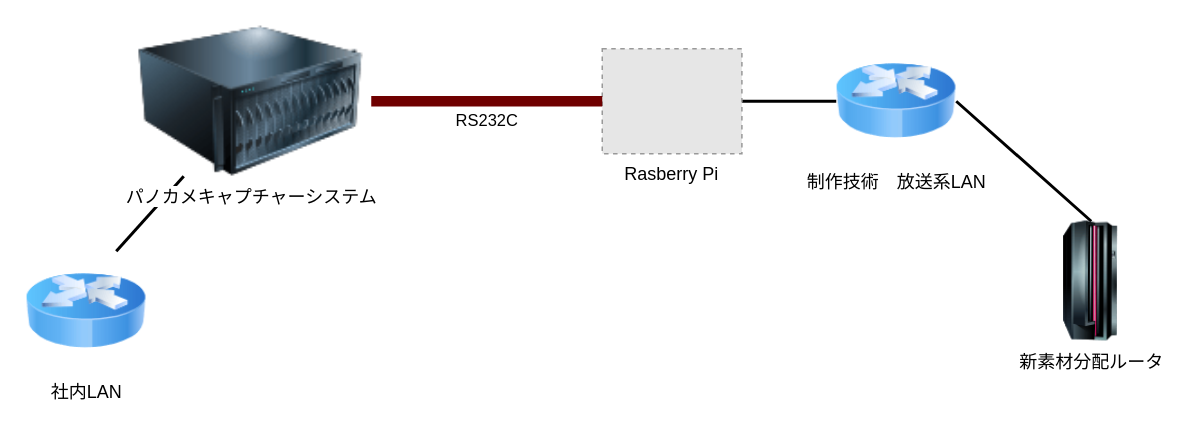
Earlier version of the draw.io diagram page "Rasberry Pi設置型" (1 of 2) of 全体図.dio (mooyax/router_selector). Source tidied: cells renumbered, new cells numbered last; positions are measured from the earlier drawing's top-left corner, leaving out a move shared by most shapes. Both pictures are drawn from the tidied source at 150%, with x=0, y=0 at pixel (26, 26). Pictures stored in the file or linked from it are replaced by grey dashed boxes.
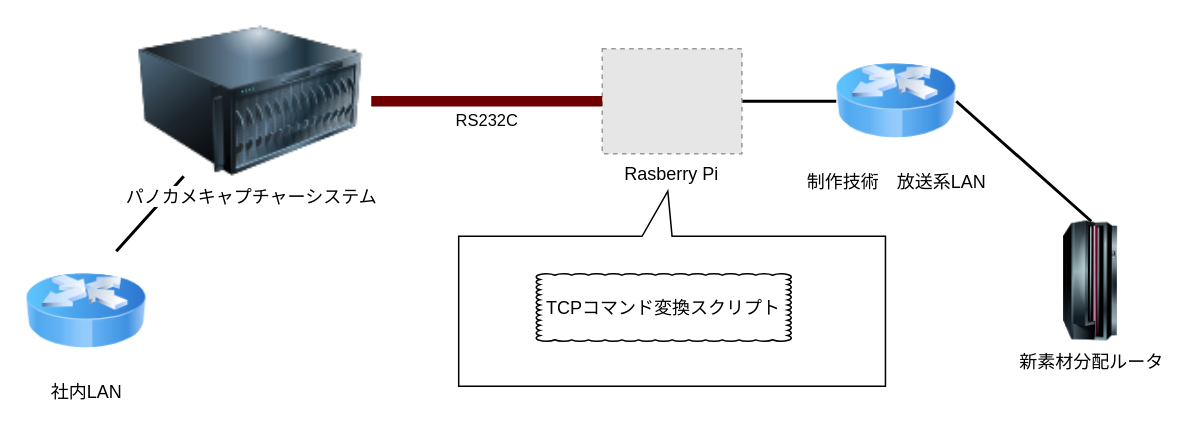
After the change.

What changed in the source:
```diff
@@
 <mxGraphModel>
   <root>
     <mxCell id="0" />
     <mxCell id="1" parent="0" />
     <mxCell id="2" style="edgeStyle=none;rounded=0;jettySize=auto;html=1;exitX=1;exitY=0.5;exitDx=0;exitDy=0;entryX=0;entryY=0.5;entryDx=0;entryDy=0;endArrow=none;endFill=0;strokeWidth=2;fontSize=2;" parent="1" edge="1" source="3" target="8">
       <mxGeometry relative="1" as="geometry" />
     </mxCell>
     <mxCell id="3" value="Rasberry Pi" style="fillColor=#E6E6E6;strokeColor=#999999;dashed=1;verticalLabelPosition=bottom;labelBackgroundColor=none;verticalAlign=top;" parent="1" vertex="1">
       <mxGeometry x="384" y="15" width="93.1" height="70" as="geometry" />
     </mxCell>
     <mxCell id="4" value="RS232C" style="edgeStyle=orthogonalEdgeStyle;rounded=0;jettySize=auto;html=1;exitX=1;exitY=0.5;exitDx=0;exitDy=0;entryX=0;entryY=0.5;entryDx=0;entryDy=0;fillColor=#a20025;strokeColor=#6F0000;strokeWidth=7;endArrow=none;endFill=0;labelPosition=center;verticalLabelPosition=bottom;align=center;verticalAlign=top;" parent="1" edge="1" source="6" target="3">
       <mxGeometry relative="1" as="geometry" />
     </mxCell>
     <mxCell id="5" style="edgeStyle=none;rounded=0;jettySize=auto;html=1;entryX=0.75;entryY=0;entryDx=0;entryDy=0;endArrow=none;endFill=0;strokeWidth=2;fontSize=2;" parent="1" edge="1" source="6" target="9">
       <mxGeometry relative="1" as="geometry" />
     </mxCell>
     <mxCell id="6" value="パノカメキャプチャーシステム" style="image;html=1;image=img/lib/clip_art/computers/Server_128x128.png;" parent="1" vertex="1">
       <mxGeometry x="70" width="160" height="100" as="geometry" />
     </mxCell>
     <mxCell id="7" style="edgeStyle=none;rounded=0;jettySize=auto;html=1;exitX=1;exitY=0.5;exitDx=0;exitDy=0;entryX=0.5;entryY=0;entryDx=0;entryDy=0;endArrow=none;endFill=0;strokeWidth=2;fontSize=2;" parent="1" edge="1" source="8" target="10">
       <mxGeometry relative="1" as="geometry" />
     </mxCell>
     <mxCell id="8" value="制作技術　放送系LAN" style="image;html=1;image=img/lib/clip_art/networking/Router_Icon_128x128.png;labelBackgroundColor=none;" parent="1" vertex="1">
       <mxGeometry x="540" y="10" width="80" height="80" as="geometry" />
     </mxCell>
     <mxCell id="9" value="社内LAN" style="image;html=1;image=img/lib/clip_art/networking/Router_Icon_128x128.png;labelBackgroundColor=none;" parent="1" vertex="1">
       <mxGeometry y="150" width="80" height="80" as="geometry" />
     </mxCell>
     <mxCell id="10" value="新素材分配ルータ" style="image;html=1;image=img/lib/clip_art/computers/Mainframe_128x128.png;labelBackgroundColor=none;" parent="1" vertex="1">
       <mxGeometry x="670" y="130" width="80" height="80" as="geometry" />
     </mxCell>
+    <mxCell id="11" style="shape=callout;whiteSpace=wrap;html=1;perimeter=calloutPerimeter;position2=0.51;rotation=-180;" parent="1" vertex="1">
+      <mxGeometry x="288.3" y="110" width="284.5" height="130" as="geometry" />
+    </mxCell>
+    <mxCell id="12" value="TCPコマンド変換スクリプト" style="whiteSpace=wrap;html=1;shape=mxgraph.basic.cloud_rect;" parent="1" vertex="1">
+      <mxGeometry x="340" y="165" width="170" height="45" as="geometry" />
+    </mxCell>
   </root>
 </mxGraphModel>
```
